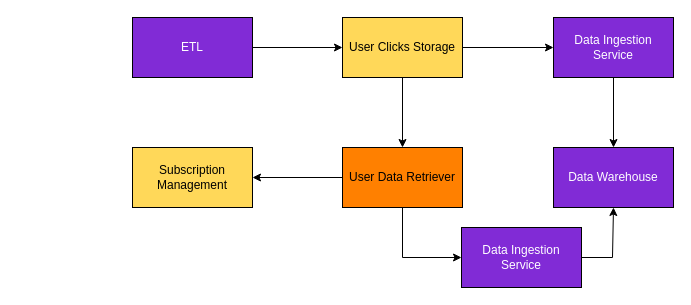
Above: user-clicks-analysis-flow.drawio in nevillio/hello-world (draw.io), before the change. Source tidied: cells renumbered, new cells numbered last; positions are measured from the earlier drawing's top-left corner, leaving out a move shared by most shapes. Both pictures are drawn from the tidied source at 100%, with x=0, y=0 at pixel (132, 17).
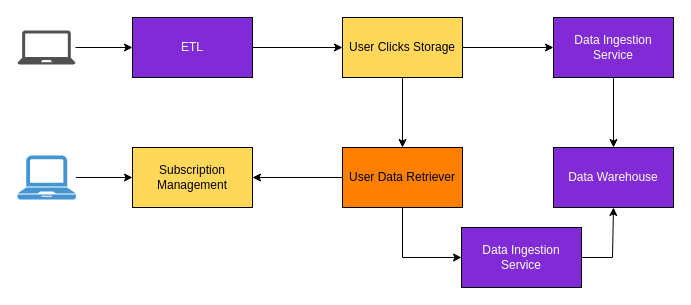
The same diagram, later.

The change refers to these unchanged cells:
```xml
<mxCell id="7" value="&lt;font color=&quot;#ffffff&quot;&gt;ETL&lt;/font&gt;" style="rounded=0;whiteSpace=wrap;html=1;fillColor=#812BD6;" parent="1" vertex="1">
  <mxGeometry width="120" height="60" as="geometry" />
</mxCell>
<mxCell id="13" value="Subscription Management" style="rounded=0;whiteSpace=wrap;html=1;fillColor=#FFD859;" parent="1" vertex="1">
  <mxGeometry y="130" width="120" height="60" as="geometry" />
</mxCell>
```

What changed in the source:
```diff
@@
+    <mxCell id="16" style="edgeStyle=orthogonalEdgeStyle;rounded=0;jettySize=auto;html=1;" parent="1" edge="1" source="17" target="7">
+      <mxGeometry relative="1" as="geometry" />
+    </mxCell>
+    <mxCell id="17" style="sketch=0;shadow=0;dashed=0;html=1;strokeColor=none;fillColor=#505050;labelPosition=center;verticalLabelPosition=bottom;verticalAlign=top;outlineConnect=0;align=center;shape=mxgraph.office.devices.laptop;" parent="1" vertex="1">
+      <mxGeometry x="-115" y="13" width="58" height="34" as="geometry" />
+    </mxCell>
+    <mxCell id="18" style="edgeStyle=orthogonalEdgeStyle;rounded=0;jettySize=auto;html=1;" parent="1" edge="1" source="19" target="13">
+      <mxGeometry relative="1" as="geometry" />
+    </mxCell>
+    <mxCell id="19" style="shadow=0;dashed=0;html=1;strokeColor=none;fillColor=#4495D1;labelPosition=center;verticalLabelPosition=bottom;verticalAlign=top;align=center;outlineConnect=0;shape=mxgraph.veeam.laptop;" parent="1" vertex="1">
+      <mxGeometry x="-115" y="138" width="58.4" height="44" as="geometry" />
+    </mxCell>
```
